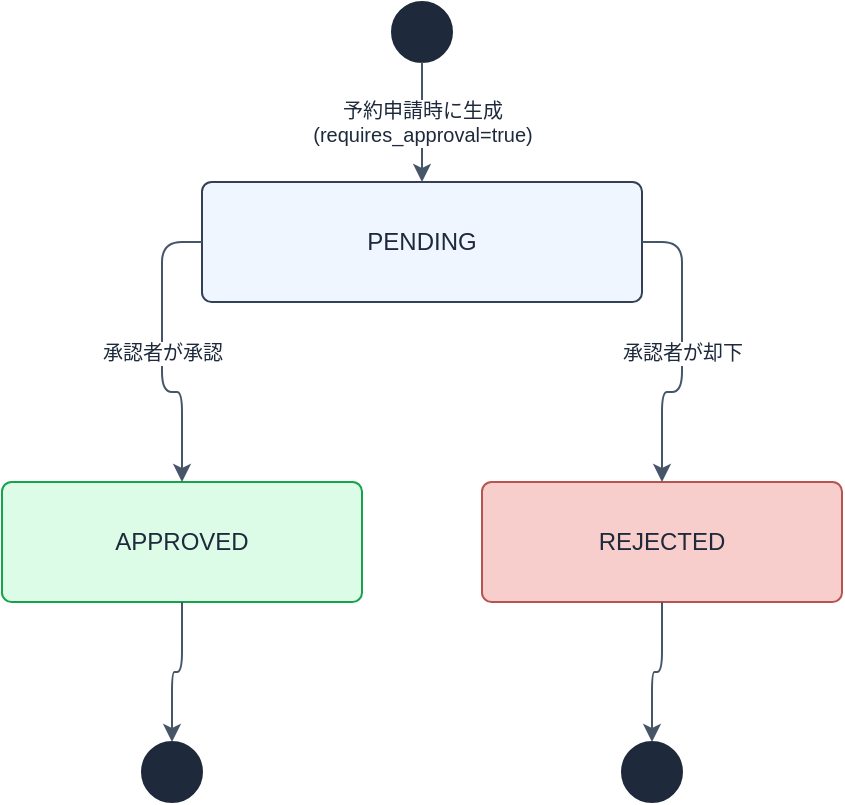
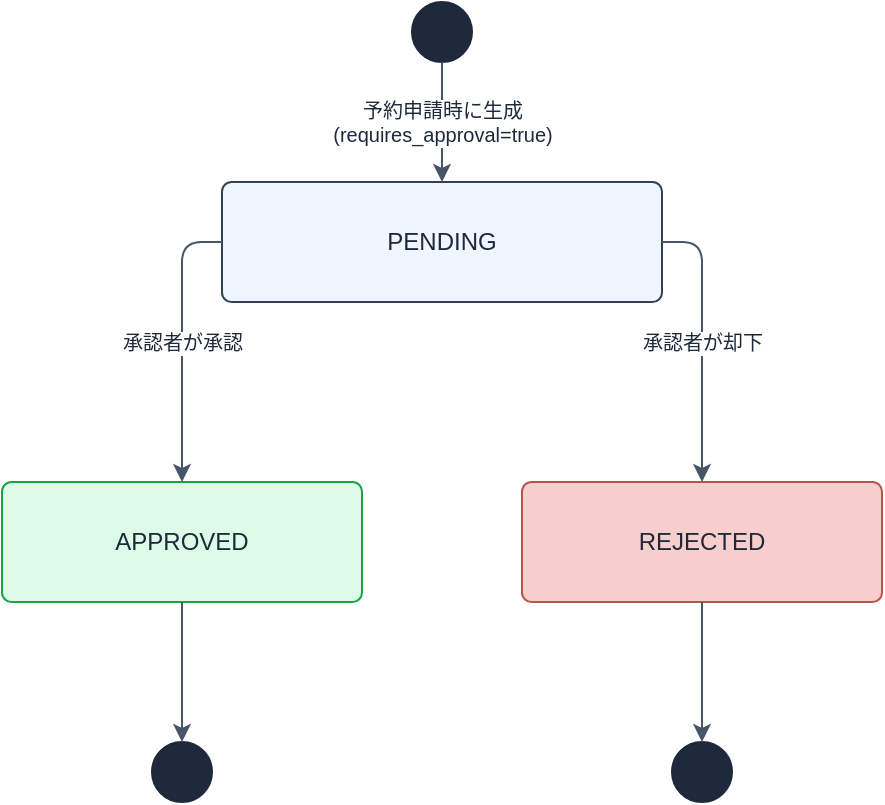
- <?xml version="1.0" encoding="UTF-8"?>
- <mxfile host="drawio" version="26.0.0">
-   <diagram name="承認ステップステータス遷移">
-     <mxGraphModel>
-       <root>
-         <mxCell id="0" />
-         <mxCell id="1" parent="0" />
-         <!-- 開始状態 -->
-         <mxCell id="2" value="" style="ellipse;aspect=fixed;fillColor=#1E293B;strokeColor=#1E293B;" vertex="1" parent="1">
-           <mxGeometry x="215" y="20" width="30" height="30" as="geometry" />
-         </mxCell>
-         <!-- PENDING -->
-         <mxCell id="3" value="PENDING" style="rounded=1;whiteSpace=wrap;html=1;fillColor=#EFF6FF;strokeColor=#334155;fontColor=#1E293B;arcSize=8;" vertex="1" parent="1">
-           <mxGeometry x="120" y="110" width="220" height="60" as="geometry" />
-         </mxCell>
-         <!-- APPROVED -->
-         <mxCell id="4" value="APPROVED" style="rounded=1;whiteSpace=wrap;html=1;fillColor=#DCFCE7;strokeColor=#16A34A;fontColor=#1E293B;arcSize=8;" vertex="1" parent="1">
-           <mxGeometry x="20" y="260" width="180" height="60" as="geometry" />
-         </mxCell>
-         <!-- REJECTED -->
-         <mxCell id="5" value="REJECTED" style="rounded=1;whiteSpace=wrap;html=1;fillColor=#f8cecc;strokeColor=#b85450;fontColor=#1E293B;arcSize=8;" vertex="1" parent="1">
-           <mxGeometry x="260" y="260" width="180" height="60" as="geometry" />
-         </mxCell>
-         <!-- 終了状態（APPROVED後） -->
-         <mxCell id="6" value="" style="ellipse;aspect=fixed;fillColor=#1E293B;strokeColor=#1E293B;" vertex="1" parent="1">
-           <mxGeometry x="90" y="390" width="30" height="30" as="geometry" />
-         </mxCell>
-         <!-- 終了状態（REJECTED後） -->
-         <mxCell id="7" value="" style="ellipse;aspect=fixed;fillColor=#1E293B;strokeColor=#1E293B;" vertex="1" parent="1">
-           <mxGeometry x="330" y="390" width="30" height="30" as="geometry" />
-         </mxCell>
-         <!-- [*] -> PENDING : 予約申請時に approval_steps 生成 -->
-         <mxCell id="8" value="予約申請時に生成&#xa;(requires_approval=true)" style="edgeStyle=orthogonalEdgeStyle;rounded=1;orthogonalLoop=1;jettySize=auto;html=1;strokeColor=#475569;fontColor=#1E293B;fontSize=10;exitX=0.5;exitY=1;exitDx=0;exitDy=0;entryX=0.5;entryY=0;entryDx=0;entryDy=0;" edge="1" parent="1" source="2" target="3">
-           <mxGeometry relative="1" as="geometry" />
-         </mxCell>
-         <!-- PENDING -> APPROVED : 承認者が承認 -->
-         <mxCell id="9" value="承認者が承認" style="edgeStyle=orthogonalEdgeStyle;rounded=1;orthogonalLoop=1;jettySize=auto;html=1;strokeColor=#475569;fontColor=#1E293B;fontSize=10;exitX=0;exitY=0.5;exitDx=0;exitDy=0;entryX=0.5;entryY=0;entryDx=0;entryDy=0;" edge="1" parent="1" source="3" target="4">
-           <mxGeometry relative="1" as="geometry" />
-         </mxCell>
-         <!-- PENDING -> REJECTED : 承認者が却下 -->
-         <mxCell id="10" value="承認者が却下" style="edgeStyle=orthogonalEdgeStyle;rounded=1;orthogonalLoop=1;jettySize=auto;html=1;strokeColor=#475569;fontColor=#1E293B;fontSize=10;exitX=1;exitY=0.5;exitDx=0;exitDy=0;entryX=0.5;entryY=0;entryDx=0;entryDy=0;" edge="1" parent="1" source="3" target="5">
-           <mxGeometry relative="1" as="geometry" />
-         </mxCell>
-         <!-- APPROVED -> [*] -->
-         <mxCell id="11" value="" style="edgeStyle=orthogonalEdgeStyle;rounded=1;orthogonalLoop=1;jettySize=auto;html=1;strokeColor=#475569;exitX=0.5;exitY=1;exitDx=0;exitDy=0;entryX=0.5;entryY=0;entryDx=0;entryDy=0;" edge="1" parent="1" source="4" target="6">
-           <mxGeometry relative="1" as="geometry" />
-         </mxCell>
-         <!-- REJECTED -> [*] -->
-         <mxCell id="12" value="" style="edgeStyle=orthogonalEdgeStyle;rounded=1;orthogonalLoop=1;jettySize=auto;html=1;strokeColor=#475569;exitX=0.5;exitY=1;exitDx=0;exitDy=0;entryX=0.5;entryY=0;entryDx=0;entryDy=0;" edge="1" parent="1" source="5" target="7">
-           <mxGeometry relative="1" as="geometry" />
-         </mxCell>
-       </root>
-     </mxGraphModel>
-   </diagram>
- </mxfile>
+ <mxfile host="65bd71144e">
+     <diagram name="承認ステップステータス遷移" id="0">
+         <mxGraphModel dx="324" dy="659" grid="1" gridSize="10" guides="1" tooltips="1" connect="1" arrows="1" fold="1" page="1" pageScale="1" pageWidth="827" pageHeight="1169" math="0" shadow="0">
+             <root>
+                 <mxCell id="0"/>
+                 <mxCell id="1" parent="0"/>
+                 <mxCell id="2" value="" style="ellipse;aspect=fixed;fillColor=#1E293B;strokeColor=#1E293B;" parent="1" vertex="1">
+                     <mxGeometry x="215" y="20" width="30" height="30" as="geometry"/>
+                 </mxCell>
+                 <mxCell id="3" value="PENDING" style="rounded=1;whiteSpace=wrap;html=1;fillColor=#EFF6FF;strokeColor=#334155;fontColor=#1E293B;arcSize=8;" parent="1" vertex="1">
+                     <mxGeometry x="120" y="110" width="220" height="60" as="geometry"/>
+                 </mxCell>
+                 <mxCell id="4" value="APPROVED" style="rounded=1;whiteSpace=wrap;html=1;fillColor=#DCFCE7;strokeColor=#16A34A;fontColor=#1E293B;arcSize=8;" parent="1" vertex="1">
+                     <mxGeometry x="10" y="260" width="180" height="60" as="geometry"/>
+                 </mxCell>
+                 <mxCell id="5" value="REJECTED" style="rounded=1;whiteSpace=wrap;html=1;fillColor=#f8cecc;strokeColor=#b85450;fontColor=#1E293B;arcSize=8;" parent="1" vertex="1">
+                     <mxGeometry x="270" y="260" width="180" height="60" as="geometry"/>
+                 </mxCell>
+                 <mxCell id="6" value="" style="ellipse;aspect=fixed;fillColor=#1E293B;strokeColor=#1E293B;" parent="1" vertex="1">
+                     <mxGeometry x="85" y="390" width="30" height="30" as="geometry"/>
+                 </mxCell>
+                 <mxCell id="7" value="" style="ellipse;aspect=fixed;fillColor=#1E293B;strokeColor=#1E293B;" parent="1" vertex="1">
+                     <mxGeometry x="345" y="390" width="30" height="30" as="geometry"/>
+                 </mxCell>
+                 <mxCell id="8" value="予約申請時に生成&#xa;(requires_approval=true)" style="edgeStyle=orthogonalEdgeStyle;rounded=1;orthogonalLoop=1;jettySize=auto;html=1;strokeColor=#475569;fontColor=#1E293B;fontSize=10;exitX=0.5;exitY=1;exitDx=0;exitDy=0;entryX=0.5;entryY=0;entryDx=0;entryDy=0;" parent="1" source="2" target="3" edge="1">
+                     <mxGeometry relative="1" as="geometry"/>
+                 </mxCell>
+                 <mxCell id="9" value="承認者が承認" style="edgeStyle=orthogonalEdgeStyle;rounded=1;orthogonalLoop=1;jettySize=auto;html=1;strokeColor=#475569;fontColor=#1E293B;fontSize=10;exitX=0;exitY=0.5;exitDx=0;exitDy=0;entryX=0.5;entryY=0;entryDx=0;entryDy=0;" parent="1" source="3" target="4" edge="1">
+                     <mxGeometry relative="1" as="geometry"/>
+                 </mxCell>
+                 <mxCell id="10" value="承認者が却下" style="edgeStyle=orthogonalEdgeStyle;rounded=1;orthogonalLoop=1;jettySize=auto;html=1;strokeColor=#475569;fontColor=#1E293B;fontSize=10;exitX=1;exitY=0.5;exitDx=0;exitDy=0;entryX=0.5;entryY=0;entryDx=0;entryDy=0;" parent="1" source="3" target="5" edge="1">
+                     <mxGeometry relative="1" as="geometry"/>
+                 </mxCell>
+                 <mxCell id="11" value="" style="edgeStyle=orthogonalEdgeStyle;rounded=1;orthogonalLoop=1;jettySize=auto;html=1;strokeColor=#475569;exitX=0.5;exitY=1;exitDx=0;exitDy=0;entryX=0.5;entryY=0;entryDx=0;entryDy=0;" parent="1" source="4" target="6" edge="1">
+                     <mxGeometry relative="1" as="geometry"/>
+                 </mxCell>
+                 <mxCell id="12" value="" style="edgeStyle=orthogonalEdgeStyle;rounded=1;orthogonalLoop=1;jettySize=auto;html=1;strokeColor=#475569;exitX=0.5;exitY=1;exitDx=0;exitDy=0;entryX=0.5;entryY=0;entryDx=0;entryDy=0;" parent="1" source="5" target="7" edge="1">
+                     <mxGeometry relative="1" as="geometry"/>
+                 </mxCell>
+             </root>
+         </mxGraphModel>
+     </diagram>
+ </mxfile>